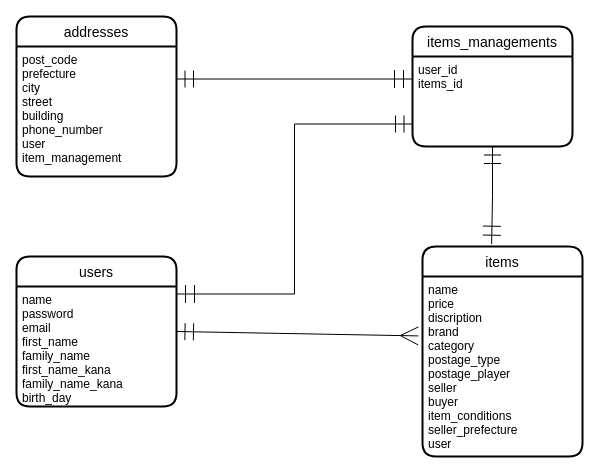
Earlier version of the draw.io diagram test.dio (hayakawanaotaka/furima-30951). Source tidied: cells renumbered, new cells numbered last; positions are measured from the earlier drawing's top-left corner, leaving out a move shared by most shapes. Both pictures are drawn from the tidied source at 100%, with x=0, y=0 at pixel (16, 16).
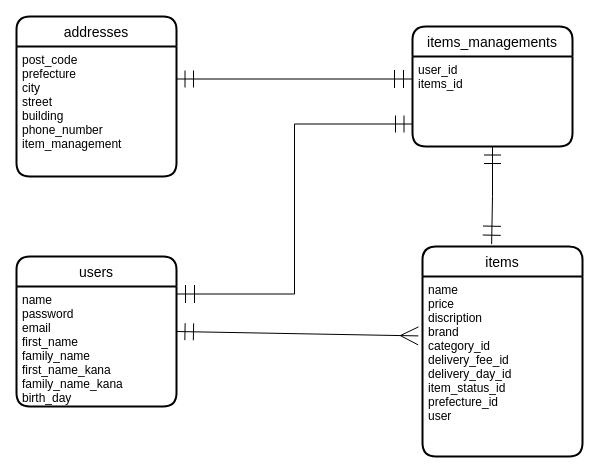
The same diagram, later.

Change to the diagram source:
```diff
@@
 <mxGraphModel>
   <root>
     <mxCell id="0" />
     <mxCell id="1" parent="0" />
     <mxCell id="2" style="edgeStyle=orthogonalEdgeStyle;rounded=0;orthogonalLoop=1;jettySize=auto;html=1;exitX=0.75;exitY=0;exitDx=0;exitDy=0;entryX=0.75;entryY=1;entryDx=0;entryDy=0;startArrow=ERmandOne;startFill=0;startSize=15;endArrow=ERmandOne;endFill=0;endSize=16;strokeWidth=1;" parent="1" edge="1">
       <mxGeometry relative="1" as="geometry" />
     </mxCell>
     <mxCell id="3" style="edgeStyle=orthogonalEdgeStyle;rounded=0;orthogonalLoop=1;jettySize=auto;html=1;exitX=1;exitY=0.5;exitDx=0;exitDy=0;entryX=0;entryY=0.25;entryDx=0;entryDy=0;startArrow=ERmandOne;startFill=0;startSize=15;endArrow=ERmany;endFill=0;endSize=16;strokeWidth=1;" parent="1" edge="1">
       <mxGeometry relative="1" as="geometry" />
     </mxCell>
     <mxCell id="4" style="rounded=0;jettySize=auto;html=1;exitX=1;exitY=0.5;exitDx=0;exitDy=0;entryX=-0.026;entryY=0.33;entryDx=0;entryDy=0;entryPerimeter=0;startArrow=ERmandOne;startFill=0;startSize=15;endArrow=ERmany;endFill=0;endSize=16;strokeWidth=1;" parent="1" edge="1" source="5" target="8">
       <mxGeometry relative="1" as="geometry" />
     </mxCell>
     <mxCell id="5" value="users" style="swimlane;horizontal=1;startSize=30;rounded=1;fontSize=14;fontStyle=0;strokeWidth=2;shadow=0;dashed=0;align=center;" parent="1" vertex="1">
       <mxGeometry y="240" width="160" height="150" as="geometry" />
     </mxCell>
     <mxCell id="6" value="name&#10;password&#10;email&#10;first_name&#10;family_name&#10;first_name_kana&#10;family_name_kana&#10;birth_day" style="align=left;strokeColor=none;fillColor=none;spacingLeft=4;fontSize=12;verticalAlign=top;" parent="5" vertex="1">
       <mxGeometry y="30" width="160" height="120" as="geometry" />
     </mxCell>
     <mxCell id="7" value="items" style="swimlane;horizontal=1;startSize=30;rounded=1;fontSize=14;fontStyle=0;strokeWidth=2;shadow=0;dashed=0;align=center;" parent="1" vertex="1">
       <mxGeometry x="406" y="230" width="160" height="210" as="geometry" />
     </mxCell>
-    <mxCell id="8" value="name&#10;price&#10;discription&#10;brand&#10;category&#10;postage_type&#10;postage_player&#10;seller&#10;buyer&#10;item_conditions&#10;seller_prefecture&#10;user" style="align=left;strokeColor=none;fillColor=none;spacingLeft=4;fontSize=12;verticalAlign=top;" parent="7" vertex="1">
+    <mxCell id="8" value="name&#10;price&#10;discription&#10;brand&#10;category_id&#10;delivery_fee_id&#10;delivery_day_id&#10;item_status_id&#10;prefecture_id&#10;user" style="align=left;strokeColor=none;fillColor=none;spacingLeft=4;fontSize=12;verticalAlign=top;" parent="7" vertex="1">
       <mxGeometry y="30" width="160" height="180" as="geometry" />
     </mxCell>
     <mxCell id="9" value="addresses" style="swimlane;horizontal=1;startSize=30;rounded=1;fontSize=14;fontStyle=0;strokeWidth=2;shadow=0;dashed=0;align=center;" parent="1" vertex="1">
       <mxGeometry width="160" height="160" as="geometry" />
     </mxCell>
-    <mxCell id="10" value="post_code&#10;prefecture&#10;city&#10;street&#10;building&#10;phone_number&#10;user&#10;item_management" style="align=left;strokeColor=none;fillColor=none;spacingLeft=4;fontSize=12;verticalAlign=top;" parent="9" vertex="1">
+    <mxCell id="10" value="post_code&#10;prefecture&#10;city&#10;street&#10;building&#10;phone_number&#10;item_management" style="align=left;strokeColor=none;fillColor=none;spacingLeft=4;fontSize=12;verticalAlign=top;" parent="9" vertex="1">
       <mxGeometry y="30" width="160" height="130" as="geometry" />
     </mxCell>
     <mxCell id="11" value="items_managements" style="swimlane;horizontal=1;startSize=30;rounded=1;fontSize=14;fontStyle=0;strokeWidth=2;shadow=0;dashed=0;align=center;" parent="1" vertex="1">
       <mxGeometry x="396" y="10" width="160" height="120" as="geometry" />
     </mxCell>
     <mxCell id="12" value="user_id&#10;items_id" style="align=left;strokeColor=none;fillColor=none;spacingLeft=4;fontSize=12;verticalAlign=top;" parent="11" vertex="1">
       <mxGeometry y="30" width="160" height="90" as="geometry" />
     </mxCell>
     <mxCell id="13" style="edgeStyle=orthogonalEdgeStyle;rounded=0;jettySize=auto;html=1;exitX=1;exitY=0.25;exitDx=0;exitDy=0;entryX=0;entryY=0.25;entryDx=0;entryDy=0;startArrow=ERmandOne;startFill=0;startSize=15;endArrow=ERmandOne;endFill=0;endSize=16;strokeWidth=1;" parent="1" edge="1" source="10" target="12">
       <mxGeometry relative="1" as="geometry" />
     </mxCell>
     <mxCell id="14" style="edgeStyle=orthogonalEdgeStyle;rounded=0;jettySize=auto;html=1;exitX=0.5;exitY=1;exitDx=0;exitDy=0;entryX=0.432;entryY=-0.011;entryDx=0;entryDy=0;entryPerimeter=0;startArrow=ERmandOne;startFill=0;startSize=15;endArrow=ERmandOne;endFill=0;endSize=16;strokeWidth=1;" parent="1" edge="1" source="12" target="7">
       <mxGeometry relative="1" as="geometry" />
     </mxCell>
     <mxCell id="15" style="edgeStyle=orthogonalEdgeStyle;rounded=0;jettySize=auto;html=1;exitX=0;exitY=0.75;exitDx=0;exitDy=0;entryX=1;entryY=0.25;entryDx=0;entryDy=0;startArrow=ERmandOne;startFill=0;startSize=15;endArrow=ERmandOne;endFill=0;endSize=16;strokeWidth=1;" parent="1" edge="1" source="12" target="5">
       <mxGeometry relative="1" as="geometry" />
     </mxCell>
   </root>
 </mxGraphModel>
```
